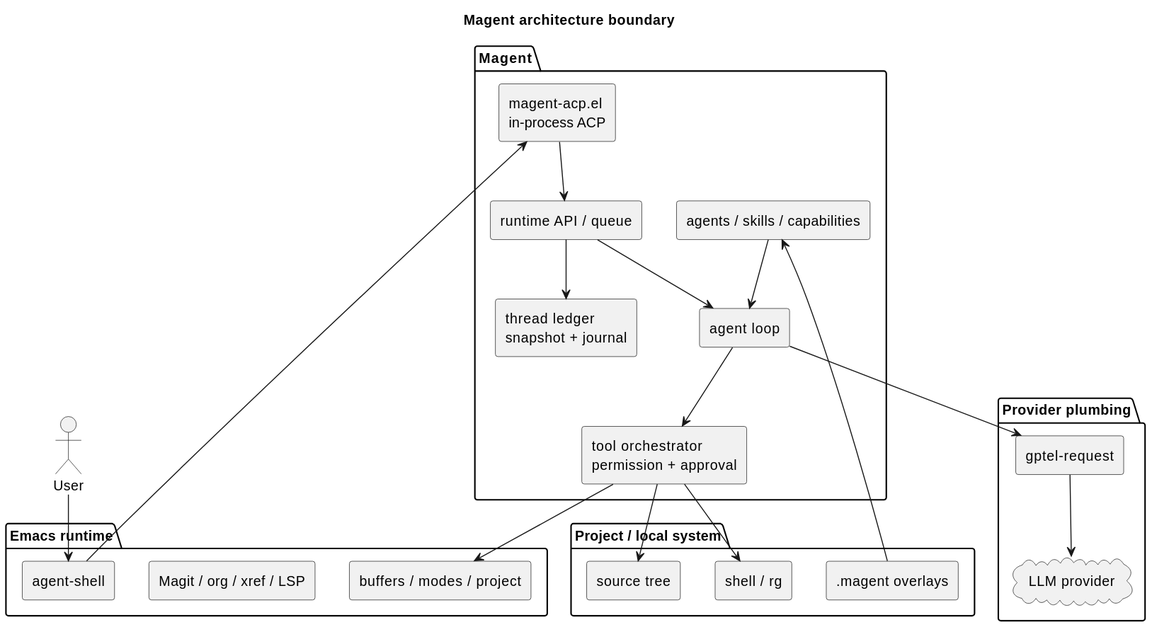
Earlier version of the PlantUML export docs/assets/img/diagrams/architecture-boundary.svg (Jamie-Cui/magent).
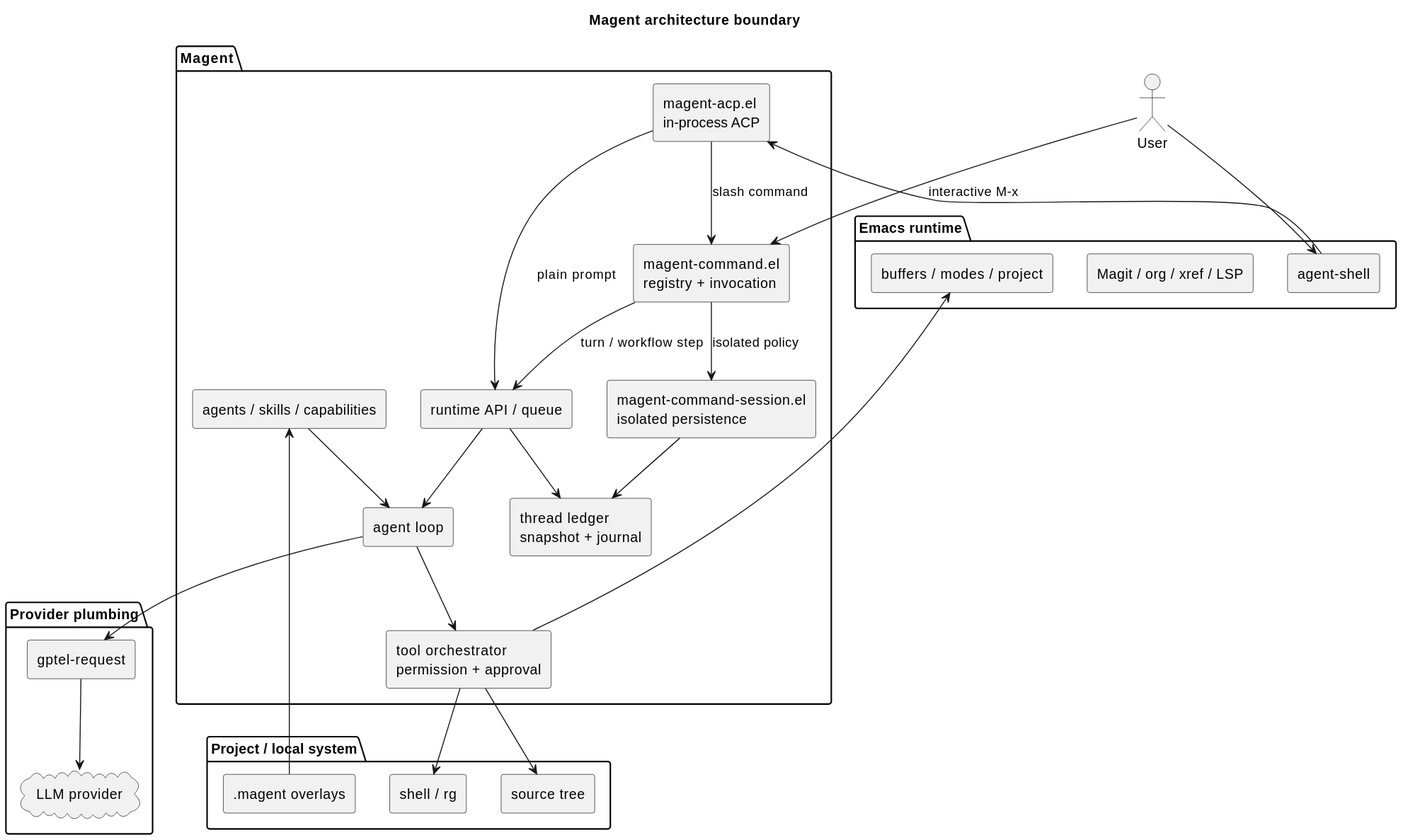
The same file after the commit.

The edit, as a diff of the source:
```diff
@@ -14,6 +14,8 @@
 
 package "Magent" {
   [magent-acp.el\nin-process ACP]
+  [magent-command.el\nregistry + invocation]
+  [magent-command-session.el\nisolated persistence]
   [runtime API / queue]
   [thread ledger\nsnapshot + journal]
   [agent loop]
@@ -33,8 +35,13 @@
 }
 
 User --> [agent-shell]
+User --> [magent-command.el\nregistry + invocation] : interactive M-x
 [agent-shell] --> [magent-acp.el\nin-process ACP]
-[magent-acp.el\nin-process ACP] --> [runtime API / queue]
+[magent-acp.el\nin-process ACP] --> [runtime API / queue] : plain prompt
+[magent-acp.el\nin-process ACP] --> [magent-command.el\nregistry + invocation] : slash command
+[magent-command.el\nregistry + invocation] --> [runtime API / queue] : turn / workflow step
+[magent-command.el\nregistry + invocation] --> [magent-command-session.el\nisolated persistence] : isolated policy
+[magent-command-session.el\nisolated persistence] --> [thread ledger\nsnapshot + journal]
 [runtime API / queue] --> [thread ledger\nsnapshot + journal]
 [runtime API / queue] --> [agent loop]
 [agent loop] --> [gptel-request]
```
